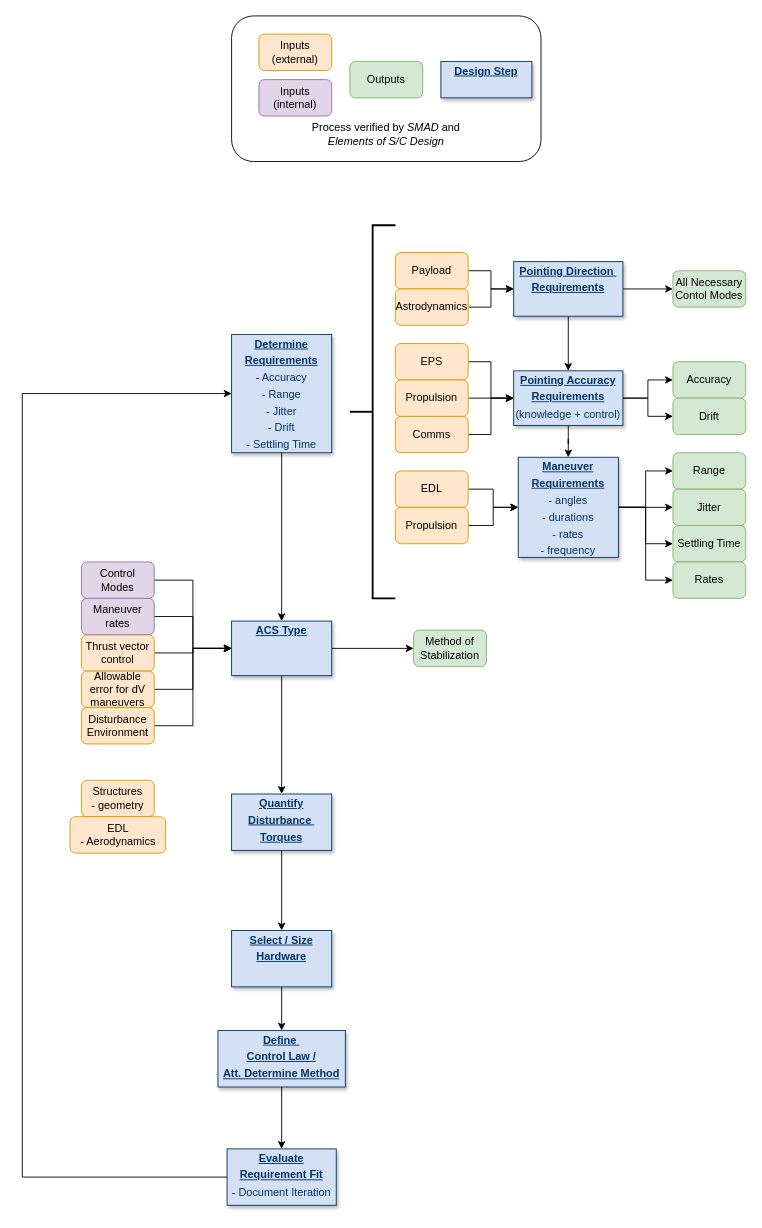
LMaiorano/DSE-AOCS-Design keeps this draw.io diagram as top-level_block_diagram.drawio. Above is the earlier version. Source tidied: cells renumbered, new cells numbered last; positions are measured from the earlier drawing's top-left corner, leaving out a move shared by most shapes. Both pictures are drawn from the tidied source at 91%, with x=0, y=0 at pixel (22, 15).
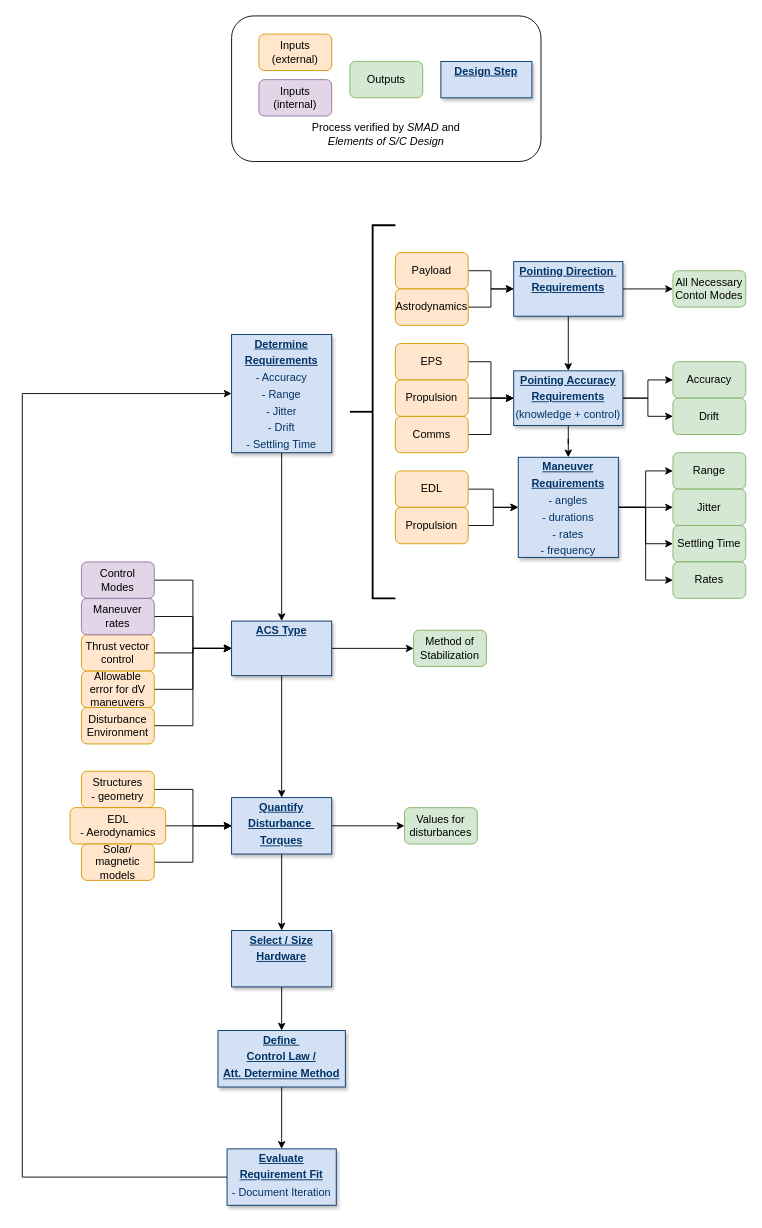
Above is the later version.

Commit message:
aocs block diagram update

What changed in the source:
```diff
@@
+    <mxCell id="69" style="edgeStyle=orthogonalEdgeStyle;rounded=0;jettySize=auto;html=1;" parent="1" edge="1" source="18" target="74">
+      <mxGeometry relative="1" as="geometry" />
+    </mxCell>
     <mxCell id="18" value="&lt;p style=&quot;margin: 0px ; margin-top: 4px ; text-align: center ; text-decoration: underline&quot;&gt;&lt;b&gt;Quantify&lt;/b&gt;&lt;/p&gt;&lt;p style=&quot;margin: 0px ; margin-top: 4px ; text-align: center ; text-decoration: underline&quot;&gt;&lt;b&gt;Disturbance&amp;nbsp;&lt;/b&gt;&lt;/p&gt;&lt;p style=&quot;margin: 0px ; margin-top: 4px ; text-align: center ; text-decoration: underline&quot;&gt;&lt;b&gt;Torques&lt;/b&gt;&lt;/p&gt;" style="verticalAlign=top;align=left;overflow=fill;fontSize=12;fontFamily=Helvetica;html=1;strokeColor=#003366;shadow=1;fillColor=#D4E1F5;fontColor=#003366;" parent="1" vertex="1">
-      <mxGeometry x="230" y="855" width="110" height="62" as="geometry" />
+      <mxGeometry x="230" y="859" width="110" height="62" as="geometry" />
     </mxCell>
@@
+    <mxCell id="70" style="edgeStyle=orthogonalEdgeStyle;rounded=0;jettySize=auto;html=1;" parent="1" edge="1" source="67" target="18">
+      <mxGeometry relative="1" as="geometry" />
+    </mxCell>
     <mxCell id="67" value="Structures&lt;br&gt;- geometry" style="rounded=1;whiteSpace=wrap;html=1;fillColor=#ffe6cc;strokeColor=#d79b00;" parent="1" vertex="1">
-      <mxGeometry x="65" y="840" width="80" height="40" as="geometry" />
+      <mxGeometry x="65" y="830" width="80" height="40" as="geometry" />
     </mxCell>
+    <mxCell id="71" style="edgeStyle=orthogonalEdgeStyle;rounded=0;jettySize=auto;html=1;" parent="1" edge="1" source="68" target="18">
+      <mxGeometry relative="1" as="geometry" />
+    </mxCell>
     <mxCell id="68" value="EDL&lt;br&gt;- Aerodynamics" style="rounded=1;whiteSpace=wrap;html=1;fillColor=#ffe6cc;strokeColor=#d79b00;" parent="1" vertex="1">
-      <mxGeometry x="52.5" y="880" width="105" height="40" as="geometry" />
+      <mxGeometry x="52.5" y="870" width="105" height="40" as="geometry" />
     </mxCell>
+    <mxCell id="72" style="edgeStyle=orthogonalEdgeStyle;rounded=0;jettySize=auto;html=1;entryX=0;entryY=0.5;entryDx=0;entryDy=0;" parent="1" edge="1" source="73" target="18">
+      <mxGeometry relative="1" as="geometry" />
+    </mxCell>
+    <mxCell id="73" value="Solar/ magnetic models" style="rounded=1;whiteSpace=wrap;html=1;fillColor=#ffe6cc;strokeColor=#d79b00;" parent="1" vertex="1">
+      <mxGeometry x="65" y="910" width="80" height="40" as="geometry" />
+    </mxCell>
+    <mxCell id="74" value="Values for disturbances" style="rounded=1;whiteSpace=wrap;html=1;fillColor=#d5e8d4;strokeColor=#82b366;" parent="1" vertex="1">
+      <mxGeometry x="420" y="870" width="80" height="40" as="geometry" />
+    </mxCell>
```
